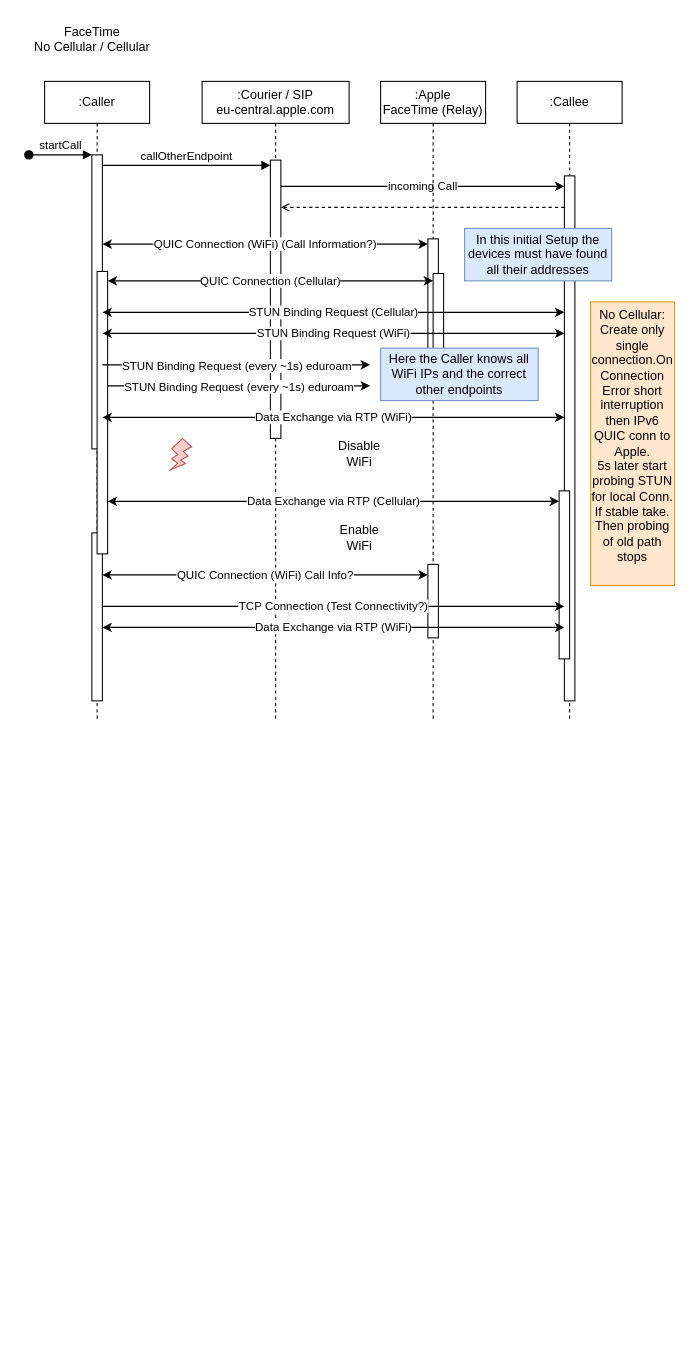
Above: resources/FaceTimeOverview.drawio in JustusvonderBeek/master-thesis-scripts-and-measures (draw.io), before the change. Source tidied: cells renumbered, new cells numbered last; positions are measured from the earlier drawing's top-left corner, leaving out a move shared by most shapes. Both pictures are drawn from the tidied source at 105%, with x=0, y=0 at pixel (23, 18).
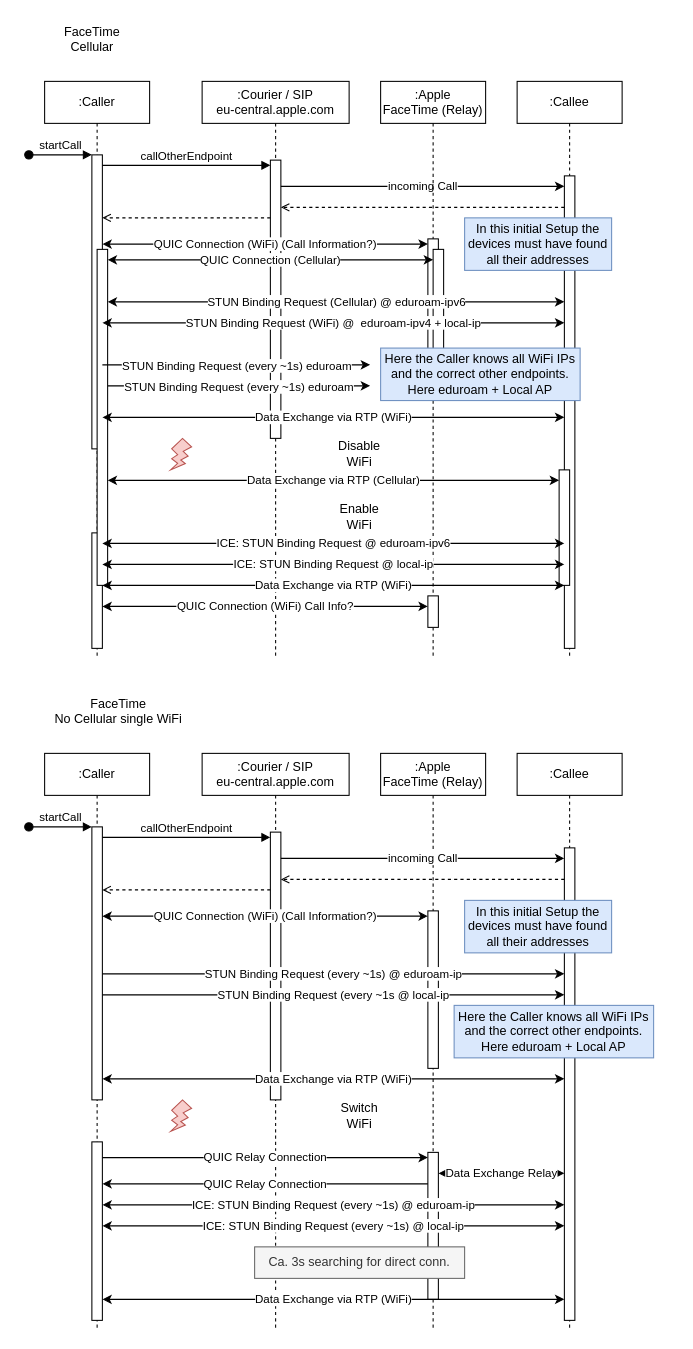
The same page after the edit.

The change refers to these unchanged cells:
```xml
<mxCell id="3" style="html=1;points=[];perimeter=orthogonalPerimeter;outlineConnect=0;targetShapes=umlLifeline;portConstraint=eastwest;newEdgeStyle={&quot;edgeStyle&quot;:&quot;elbowEdgeStyle&quot;,&quot;elbow&quot;:&quot;vertical&quot;,&quot;curved&quot;:0,&quot;rounded&quot;:0};" parent="2" vertex="1">
  <mxGeometry x="65" y="75" width="10" height="265" as="geometry" />
</mxCell>
<mxCell id="5" style="html=1;points=[];perimeter=orthogonalPerimeter;outlineConnect=0;targetShapes=umlLifeline;portConstraint=eastwest;newEdgeStyle={&quot;edgeStyle&quot;:&quot;elbowEdgeStyle&quot;,&quot;elbow&quot;:&quot;vertical&quot;,&quot;curved&quot;:0,&quot;rounded&quot;:0};" parent="4" vertex="1">
  <mxGeometry x="45" y="70" width="10" height="280" as="geometry" />
</mxCell>
```

Change to the diagram source:
```diff
@@
+    <mxCell id="37" value=":Apple&lt;br&gt;FaceTime (Relay)" style="shape=umlLifeline;perimeter=lifelinePerimeter;whiteSpace=wrap;html=1;newEdgeStyle={&quot;curved&quot;:0,&quot;rounded&quot;:0};" parent="1" vertex="1">
+      <mxGeometry x="340" y="700" width="100" height="550" as="geometry" />
+    </mxCell>
+    <mxCell id="38" style="html=1;points=[[0,0,0,0,5],[0,1,0,0,-5],[1,0,0,0,5],[1,1,0,0,-5]];perimeter=orthogonalPerimeter;outlineConnect=0;targetShapes=umlLifeline;portConstraint=eastwest;newEdgeStyle={&quot;curved&quot;:0,&quot;rounded&quot;:0};" parent="37" vertex="1">
+      <mxGeometry x="45" y="150" width="10" height="150" as="geometry" />
+    </mxCell>
+    <mxCell id="39" style="html=1;points=[[0,0,0,0,5],[0,1,0,0,-5],[1,0,0,0,5],[1,1,0,0,-5]];perimeter=orthogonalPerimeter;outlineConnect=0;targetShapes=umlLifeline;portConstraint=eastwest;newEdgeStyle={&quot;curved&quot;:0,&quot;rounded&quot;:0};" parent="37" vertex="1">
+      <mxGeometry x="45" y="380" width="10" height="140" as="geometry" />
+    </mxCell>
     <mxCell id="2" value=":Courier / SIP&lt;br&gt;eu-central.apple.com" style="shape=umlLifeline;perimeter=lifelinePerimeter;whiteSpace=wrap;html=1;newEdgeStyle={&quot;curved&quot;:0,&quot;rounded&quot;:0};" parent="1" vertex="1">
-      <mxGeometry x="170" y="60" width="140" height="610" as="geometry" />
+      <mxGeometry x="170" y="60" width="140" height="550" as="geometry" />
     </mxCell>
@@
     <mxCell id="4" value=":Caller" style="shape=umlLifeline;perimeter=lifelinePerimeter;whiteSpace=wrap;html=1;newEdgeStyle={&quot;edgeStyle&quot;:&quot;elbowEdgeStyle&quot;,&quot;elbow&quot;:&quot;vertical&quot;,&quot;curved&quot;:0,&quot;rounded&quot;:0};" parent="1" vertex="1">
-      <mxGeometry x="20" y="60" width="100" height="610" as="geometry" />
+      <mxGeometry x="20" y="60" width="100" height="550" as="geometry" />
     </mxCell>
@@
     <mxCell id="7" style="html=1;points=[[0,0,0,0,5],[0,1,0,0,-5],[1,0,0,0,5],[1,1,0,0,-5]];perimeter=orthogonalPerimeter;outlineConnect=0;targetShapes=umlLifeline;portConstraint=eastwest;newEdgeStyle={&quot;curved&quot;:0,&quot;rounded&quot;:0};" parent="4" vertex="1">
-      <mxGeometry x="45" y="430" width="10" height="160" as="geometry" />
+      <mxGeometry x="45" y="430" width="10" height="110" as="geometry" />
     </mxCell>
@@
     <mxCell id="9" style="html=1;points=[[0,0,0,0,5],[0,1,0,0,-5],[1,0,0,0,5],[1,1,0,0,-5]];perimeter=orthogonalPerimeter;outlineConnect=0;targetShapes=umlLifeline;portConstraint=eastwest;newEdgeStyle={&quot;curved&quot;:0,&quot;rounded&quot;:0};" parent="4" vertex="1">
-      <mxGeometry x="50" y="181" width="10" height="269" as="geometry" />
+      <mxGeometry x="50" y="160" width="10" height="320" as="geometry" />
     </mxCell>
@@
     <mxCell id="11" value=":Callee" style="shape=umlLifeline;perimeter=lifelinePerimeter;whiteSpace=wrap;html=1;newEdgeStyle={&quot;edgeStyle&quot;:&quot;elbowEdgeStyle&quot;,&quot;elbow&quot;:&quot;vertical&quot;,&quot;curved&quot;:0,&quot;rounded&quot;:0};" parent="1" vertex="1">
-      <mxGeometry x="470" y="60" width="100" height="610" as="geometry" />
+      <mxGeometry x="470" y="60" width="100" height="550" as="geometry" />
     </mxCell>
     <mxCell id="12" style="html=1;points=[[0,0,0,0,5],[0,1,0,0,-5],[1,0,0,0,5],[1,1,0,0,-5]];perimeter=orthogonalPerimeter;outlineConnect=0;targetShapes=umlLifeline;portConstraint=eastwest;newEdgeStyle={&quot;curved&quot;:0,&quot;rounded&quot;:0};" parent="11" vertex="1">
-      <mxGeometry x="45" y="90" width="10" height="500" as="geometry" />
+      <mxGeometry x="45" y="90" width="10" height="450" as="geometry" />
     </mxCell>
     <mxCell id="13" style="html=1;perimeter=orthogonalPerimeter;targetShapes=umlLifeline;newEdgeStyle={&quot;curved&quot;:0,&quot;rounded&quot;:0};" parent="11" vertex="1">
-      <mxGeometry x="40" y="390" width="10" height="160" as="geometry" />
+      <mxGeometry x="40" y="370" width="10" height="110" as="geometry" />
     </mxCell>
@@
-    <mxCell id="15" value="FaceTime&lt;br&gt;No Cellular / Cellular" style="text;html=1;align=center;verticalAlign=middle;strokeColor=none;fillColor=none;" parent="1" vertex="1">
-      <mxGeometry width="130" height="40" as="geometry" />
+    <mxCell id="15" value="FaceTime&lt;br&gt;Cellular" style="text;html=1;align=center;verticalAlign=middle;strokeColor=none;fillColor=none;" parent="1" vertex="1">
+      <mxGeometry x="25" width="80" height="40" as="geometry" />
     </mxCell>
@@
     <mxCell id="18" value=":Apple&lt;br&gt;FaceTime (Relay)" style="shape=umlLifeline;perimeter=lifelinePerimeter;whiteSpace=wrap;html=1;newEdgeStyle={&quot;curved&quot;:0,&quot;rounded&quot;:0};" parent="1" vertex="1">
-      <mxGeometry x="340" y="60" width="100" height="610" as="geometry" />
+      <mxGeometry x="340" y="60" width="100" height="550" as="geometry" />
     </mxCell>
@@
     <mxCell id="20" style="html=1;points=[[0,0,0,0,5],[0,1,0,0,-5],[1,0,0,0,5],[1,1,0,0,-5]];perimeter=orthogonalPerimeter;outlineConnect=0;targetShapes=umlLifeline;portConstraint=eastwest;newEdgeStyle={&quot;curved&quot;:0,&quot;rounded&quot;:0};" parent="18" vertex="1">
-      <mxGeometry x="50" y="183" width="10" height="107" as="geometry" />
+      <mxGeometry x="50" y="160" width="10" height="130" as="geometry" />
     </mxCell>
     <mxCell id="21" style="html=1;points=[[0,0,0,0,5],[0,1,0,0,-5],[1,0,0,0,5],[1,1,0,0,-5]];perimeter=orthogonalPerimeter;outlineConnect=0;targetShapes=umlLifeline;portConstraint=eastwest;newEdgeStyle={&quot;curved&quot;:0,&quot;rounded&quot;:0};" parent="18" vertex="1">
-      <mxGeometry x="45" y="460" width="10" height="70" as="geometry" />
+      <mxGeometry x="45" y="490" width="10" height="30" as="geometry" />
     </mxCell>
@@
     <mxCell id="23" value="QUIC Connection (Cellular)" style="edgeStyle=orthogonalEdgeStyle;rounded=0;jettySize=auto;html=1;curved=0;startArrow=classic;startFill=1;" parent="1" edge="1" target="20">
       <mxGeometry relative="1" as="geometry">
-        <mxPoint x="80" y="250" as="sourcePoint" />
+        <mxPoint x="80" y="230" as="sourcePoint" />
         <Array as="points">
-          <mxPoint x="80" y="250" />
+          <mxPoint x="80" y="230" />
         </Array>
       </mxGeometry>
     </mxCell>
-    <mxCell id="24" value="STUN Binding Request (Cellular)" style="edgeStyle=elbowEdgeStyle;rounded=0;jettySize=auto;html=1;elbow=vertical;curved=0;startArrow=classic;startFill=1;" parent="1" edge="1" source="5" target="12">
+    <mxCell id="24" value="STUN Binding Request (Cellular) @ eduroam-ipv6" style="edgeStyle=elbowEdgeStyle;rounded=0;jettySize=auto;html=1;elbow=vertical;curved=0;startArrow=classic;startFill=1;" parent="1" edge="1" target="12">
       <mxGeometry relative="1" as="geometry">
+        <mxPoint x="80" y="270" as="sourcePoint" />
         <Array as="points">
-          <mxPoint x="300" y="280" />
+          <mxPoint x="300" y="270" />
         </Array>
       </mxGeometry>
     </mxCell>
-    <mxCell id="25" value="STUN Binding Request (WiFi)" style="edgeStyle=elbowEdgeStyle;rounded=0;jettySize=auto;html=1;elbow=vertical;curved=0;startArrow=classic;startFill=1;" parent="1" edge="1" source="5" target="12">
+    <mxCell id="25" value="STUN Binding Request (WiFi) @&amp;nbsp; eduroam-ipv4 + local-ip" style="edgeStyle=elbowEdgeStyle;rounded=0;jettySize=auto;html=1;elbow=vertical;curved=0;startArrow=classic;startFill=1;" parent="1" edge="1" source="5" target="12">
       <mxGeometry relative="1" as="geometry">
         <Array as="points">
-          <mxPoint x="300" y="300" />
+          <mxPoint x="300" y="290" />
         </Array>
       </mxGeometry>
     </mxCell>
@@
     <mxCell id="29" value="Data Exchange via RTP (Cellular)" style="edgeStyle=elbowEdgeStyle;rounded=0;jettySize=auto;html=1;elbow=vertical;curved=0;startArrow=classic;startFill=1;" parent="1" edge="1" source="9">
       <mxGeometry relative="1" as="geometry">
-        <mxPoint x="510" y="460" as="targetPoint" />
+        <mxPoint x="510" y="440" as="targetPoint" />
         <Array as="points">
-          <mxPoint x="340" y="460" />
+          <mxPoint x="320" y="440" />
         </Array>
       </mxGeometry>
     </mxCell>
     <mxCell id="30" value="Data Exchange via RTP (WiFi)" style="edgeStyle=elbowEdgeStyle;rounded=0;jettySize=auto;html=1;elbow=vertical;curved=0;startArrow=classic;startFill=1;" parent="1" edge="1" source="7" target="12">
       <mxGeometry relative="1" as="geometry">
         <Array as="points">
-          <mxPoint x="330" y="580" />
+          <mxPoint x="310" y="540" />
         </Array>
       </mxGeometry>
     </mxCell>
     <mxCell id="31" value="Enable WiFi" style="text;html=1;align=center;verticalAlign=middle;whiteSpace=wrap;rounded=0;" parent="1" vertex="1">
-      <mxGeometry x="290" y="480" width="60" height="30" as="geometry" />
+      <mxGeometry x="290" y="460" width="60" height="30" as="geometry" />
     </mxCell>
     <mxCell id="32" value="QUIC Connection (WiFi) Call Info?" style="edgeStyle=orthogonalEdgeStyle;rounded=0;jettySize=auto;html=1;curved=0;startArrow=classic;startFill=1;" parent="1" edge="1" source="7" target="21">
       <mxGeometry relative="1" as="geometry">
         <Array as="points">
-          <mxPoint x="230" y="530" />
-          <mxPoint x="230" y="530" />
+          <mxPoint x="230" y="560" />
+          <mxPoint x="230" y="560" />
         </Array>
       </mxGeometry>
     </mxCell>
-    <mxCell id="33" value="TCP Connection (Test Connectivity?)" style="edgeStyle=orthogonalEdgeStyle;rounded=0;jettySize=auto;html=1;curved=0;" parent="1" edge="1" source="7" target="12">
-      <mxGeometry relative="1" as="geometry">
-        <Array as="points">
-          <mxPoint x="300" y="560" />
-          <mxPoint x="300" y="560" />
-        </Array>
-      </mxGeometry>
-    </mxCell>
     <mxCell id="34" value="In this initial Setup the devices must have found all their addresses" style="text;html=1;align=center;verticalAlign=middle;whiteSpace=wrap;rounded=0;fillColor=#dae8fc;strokeColor=#6c8ebf;" parent="1" vertex="1">
-      <mxGeometry x="420" y="200" width="140" height="50" as="geometry" />
+      <mxGeometry x="420" y="190" width="140" height="50" as="geometry" />
     </mxCell>
-    <mxCell id="35" value="Here the Caller knows all WiFi IPs and the correct other endpoints" style="text;html=1;align=center;verticalAlign=middle;whiteSpace=wrap;rounded=0;fillColor=#dae8fc;strokeColor=#6c8ebf;" parent="1" vertex="1">
-      <mxGeometry x="340" y="314" width="150" height="50" as="geometry" />
+    <mxCell id="35" value="Here the Caller knows all WiFi IPs and the correct other endpoints. Here eduroam + Local AP" style="text;html=1;align=center;verticalAlign=middle;whiteSpace=wrap;rounded=0;fillColor=#dae8fc;strokeColor=#6c8ebf;" parent="1" vertex="1">
+      <mxGeometry x="340" y="314" width="190" height="50" as="geometry" />
     </mxCell>
-    <mxCell id="36" value="No Cellular: Create only single connection.On Connection Error short interruption then IPv6 QUIC conn to Apple.&lt;br&gt;5s later start probing STUN for local Conn. If stable take. Then probing of old path stops&lt;br&gt;&lt;div&gt;&lt;br&gt;&lt;/div&gt;" style="text;html=1;align=center;verticalAlign=middle;whiteSpace=wrap;rounded=0;fillColor=#ffe6cc;strokeColor=#d79b00;" parent="1" vertex="1">
-      <mxGeometry x="540" y="270" width="80" height="270" as="geometry" />
-    </mxCell>
+    <mxCell id="40" value="FaceTime&lt;br&gt;No Cellular single WiFi" style="text;html=1;align=center;verticalAlign=middle;strokeColor=none;fillColor=none;" parent="1" vertex="1">
+      <mxGeometry x="20" y="640" width="140" height="40" as="geometry" />
+    </mxCell>
+    <mxCell id="41" value=":Courier / SIP&lt;br&gt;eu-central.apple.com" style="shape=umlLifeline;perimeter=lifelinePerimeter;whiteSpace=wrap;html=1;newEdgeStyle={&quot;curved&quot;:0,&quot;rounded&quot;:0};" parent="1" vertex="1">
+      <mxGeometry x="170" y="700" width="140" height="550" as="geometry" />
+    </mxCell>
+    <mxCell id="42" style="html=1;points=[];perimeter=orthogonalPerimeter;outlineConnect=0;targetShapes=umlLifeline;portConstraint=eastwest;newEdgeStyle={&quot;edgeStyle&quot;:&quot;elbowEdgeStyle&quot;,&quot;elbow&quot;:&quot;vertical&quot;,&quot;curved&quot;:0,&quot;rounded&quot;:0};" parent="41" vertex="1">
+      <mxGeometry x="65" y="75" width="10" height="255" as="geometry" />
+    </mxCell>
+    <mxCell id="43" value=":Caller" style="shape=umlLifeline;perimeter=lifelinePerimeter;whiteSpace=wrap;html=1;newEdgeStyle={&quot;edgeStyle&quot;:&quot;elbowEdgeStyle&quot;,&quot;elbow&quot;:&quot;vertical&quot;,&quot;curved&quot;:0,&quot;rounded&quot;:0};" parent="1" vertex="1">
+      <mxGeometry x="20" y="700" width="100" height="550" as="geometry" />
+    </mxCell>
+    <mxCell id="44" style="html=1;points=[];perimeter=orthogonalPerimeter;outlineConnect=0;targetShapes=umlLifeline;portConstraint=eastwest;newEdgeStyle={&quot;edgeStyle&quot;:&quot;elbowEdgeStyle&quot;,&quot;elbow&quot;:&quot;vertical&quot;,&quot;curved&quot;:0,&quot;rounded&quot;:0};" parent="43" vertex="1">
+      <mxGeometry x="45" y="70" width="10" height="260" as="geometry" />
+    </mxCell>
+    <mxCell id="45" value="startCall" style="html=1;verticalAlign=bottom;startArrow=oval;endArrow=block;startSize=8;edgeStyle=elbowEdgeStyle;elbow=vertical;curved=0;rounded=0;" parent="43" edge="1" target="44">
+      <mxGeometry relative="1" as="geometry">
+        <mxPoint x="-15" y="70" as="sourcePoint" />
+      </mxGeometry>
+    </mxCell>
+    <mxCell id="46" style="html=1;points=[[0,0,0,0,5],[0,1,0,0,-5],[1,0,0,0,5],[1,1,0,0,-5]];perimeter=orthogonalPerimeter;outlineConnect=0;targetShapes=umlLifeline;portConstraint=eastwest;newEdgeStyle={&quot;curved&quot;:0,&quot;rounded&quot;:0};" parent="43" vertex="1">
+      <mxGeometry x="45" y="370" width="10" height="170" as="geometry" />
+    </mxCell>
+    <mxCell id="47" value=":Callee" style="shape=umlLifeline;perimeter=lifelinePerimeter;whiteSpace=wrap;html=1;newEdgeStyle={&quot;edgeStyle&quot;:&quot;elbowEdgeStyle&quot;,&quot;elbow&quot;:&quot;vertical&quot;,&quot;curved&quot;:0,&quot;rounded&quot;:0};" parent="1" vertex="1">
+      <mxGeometry x="470" y="700" width="100" height="550" as="geometry" />
+    </mxCell>
+    <mxCell id="48" style="html=1;points=[[0,0,0,0,5],[0,1,0,0,-5],[1,0,0,0,5],[1,1,0,0,-5]];perimeter=orthogonalPerimeter;outlineConnect=0;targetShapes=umlLifeline;portConstraint=eastwest;newEdgeStyle={&quot;curved&quot;:0,&quot;rounded&quot;:0};" parent="47" vertex="1">
+      <mxGeometry x="45" y="90" width="10" height="450" as="geometry" />
+    </mxCell>
+    <mxCell id="49" value="callOtherEndpoint" style="html=1;verticalAlign=bottom;endArrow=block;edgeStyle=elbowEdgeStyle;elbow=vertical;curved=0;rounded=0;" parent="1" edge="1" source="44" target="42">
+      <mxGeometry relative="1" as="geometry">
+        <Array as="points">
+          <mxPoint x="160" y="780" />
+        </Array>
+      </mxGeometry>
+    </mxCell>
+    <mxCell id="50" value="incoming Call" style="edgeStyle=elbowEdgeStyle;rounded=0;jettySize=auto;html=1;elbow=vertical;curved=0;" parent="1" edge="1" source="42" target="48">
+      <mxGeometry relative="1" as="geometry">
+        <Array as="points">
+          <mxPoint x="340" y="800" />
+        </Array>
+      </mxGeometry>
+    </mxCell>
+    <mxCell id="51" style="edgeStyle=orthogonalEdgeStyle;rounded=0;jettySize=auto;html=1;curved=0;dashed=1;endArrow=open;endFill=0;" parent="1" edge="1" source="48" target="42">
+      <mxGeometry relative="1" as="geometry">
+        <Array as="points">
+          <mxPoint x="340" y="820" />
+          <mxPoint x="340" y="820" />
+        </Array>
+      </mxGeometry>
+    </mxCell>
+    <mxCell id="52" value="QUIC Connection (WiFi) (Call Information?)" style="edgeStyle=elbowEdgeStyle;rounded=0;jettySize=auto;html=1;elbow=vertical;curved=0;entryX=0;entryY=0;entryDx=0;entryDy=5;entryPerimeter=0;startArrow=classic;startFill=1;" parent="1" edge="1" source="44" target="38">
+      <mxGeometry relative="1" as="geometry" />
+    </mxCell>
+    <mxCell id="53" value="STUN Binding Request (every ~1s @ local-ip" style="edgeStyle=elbowEdgeStyle;rounded=0;jettySize=auto;html=1;elbow=vertical;curved=0;startArrow=none;startFill=0;" parent="1" edge="1" source="44" target="48">
+      <mxGeometry relative="1" as="geometry">
+        <Array as="points">
+          <mxPoint x="300" y="930" />
+        </Array>
+      </mxGeometry>
+    </mxCell>
+    <mxCell id="54" value="Data Exchange via RTP (WiFi)" style="edgeStyle=elbowEdgeStyle;rounded=0;jettySize=auto;html=1;elbow=vertical;curved=0;startArrow=classic;startFill=1;" parent="1" edge="1" source="44" target="48">
+      <mxGeometry relative="1" as="geometry">
+        <Array as="points">
+          <mxPoint x="300" y="1010" />
+        </Array>
+      </mxGeometry>
+    </mxCell>
+    <mxCell id="55" style="verticalLabelPosition=bottom;verticalAlign=top;html=1;shape=mxgraph.basic.flash;fillColor=#f8cecc;strokeColor=#b85450;" parent="1" vertex="1">
+      <mxGeometry x="140" y="1030" width="20" height="30" as="geometry" />
+    </mxCell>
+    <mxCell id="56" value="Switch&lt;br&gt;WiFi" style="text;html=1;align=center;verticalAlign=middle;whiteSpace=wrap;rounded=0;" parent="1" vertex="1">
+      <mxGeometry x="290" y="1030" width="60" height="30" as="geometry" />
+    </mxCell>
+    <mxCell id="57" value="Data Exchange via RTP (WiFi)" style="edgeStyle=elbowEdgeStyle;rounded=0;jettySize=auto;html=1;elbow=vertical;curved=0;startArrow=classic;startFill=1;" parent="1" edge="1" source="46" target="48">
+      <mxGeometry relative="1" as="geometry">
+        <Array as="points">
+          <mxPoint x="310" y="1220" />
+        </Array>
+      </mxGeometry>
+    </mxCell>
+    <mxCell id="58" value="In this initial Setup the devices must have found all their addresses" style="text;html=1;align=center;verticalAlign=middle;whiteSpace=wrap;rounded=0;fillColor=#dae8fc;strokeColor=#6c8ebf;" parent="1" vertex="1">
+      <mxGeometry x="420" y="840" width="140" height="50" as="geometry" />
+    </mxCell>
+    <mxCell id="59" value="Here the Caller knows all WiFi IPs and the correct other endpoints. Here eduroam + Local AP" style="text;html=1;align=center;verticalAlign=middle;whiteSpace=wrap;rounded=0;fillColor=#dae8fc;strokeColor=#6c8ebf;" parent="1" vertex="1">
+      <mxGeometry x="410" y="940" width="190" height="50" as="geometry" />
+    </mxCell>
+    <mxCell id="60" style="edgeStyle=elbowEdgeStyle;rounded=0;jettySize=auto;html=1;elbow=vertical;curved=0;dashed=1;endArrow=open;endFill=0;" parent="1" edge="1" source="42" target="44">
+      <mxGeometry relative="1" as="geometry">
+        <Array as="points">
+          <mxPoint x="160" y="830" />
+        </Array>
+      </mxGeometry>
+    </mxCell>
+    <mxCell id="61" style="edgeStyle=elbowEdgeStyle;rounded=0;jettySize=auto;html=1;elbow=vertical;curved=0;dashed=1;endArrow=open;endFill=0;" parent="1" edge="1" source="3" target="5">
+      <mxGeometry relative="1" as="geometry">
+        <Array as="points">
+          <mxPoint x="160" y="190" />
+        </Array>
+      </mxGeometry>
+    </mxCell>
+    <mxCell id="62" value="STUN Binding Request (every ~1s) @ eduroam-ip" style="edgeStyle=orthogonalEdgeStyle;rounded=0;jettySize=auto;html=1;curved=0;" parent="1" edge="1" source="44" target="48">
+      <mxGeometry relative="1" as="geometry">
+        <Array as="points">
+          <mxPoint x="450" y="910" />
+          <mxPoint x="450" y="910" />
+        </Array>
+      </mxGeometry>
+    </mxCell>
+    <mxCell id="63" value="QUIC Relay Connection" style="edgeStyle=orthogonalEdgeStyle;rounded=0;jettySize=auto;html=1;curved=0;entryX=0;entryY=0;entryDx=0;entryDy=5;entryPerimeter=0;" parent="1" edge="1" source="46" target="39">
+      <mxGeometry relative="1" as="geometry">
+        <Array as="points">
+          <mxPoint x="150" y="1085" />
+          <mxPoint x="150" y="1085" />
+        </Array>
+      </mxGeometry>
+    </mxCell>
+    <mxCell id="64" value="Data Exchange Relay" style="edgeStyle=orthogonalEdgeStyle;rounded=0;jettySize=auto;html=1;curved=0;startArrow=classic;startFill=1;" parent="1" edge="1" source="39" target="48">
+      <mxGeometry relative="1" as="geometry">
+        <Array as="points">
+          <mxPoint x="460" y="1100" />
+          <mxPoint x="460" y="1100" />
+        </Array>
+      </mxGeometry>
+    </mxCell>
+    <mxCell id="65" value="QUIC Relay Connection" style="edgeStyle=orthogonalEdgeStyle;rounded=0;jettySize=auto;html=1;curved=0;" parent="1" edge="1" source="39" target="46">
+      <mxGeometry relative="1" as="geometry">
+        <Array as="points">
+          <mxPoint x="240" y="1110" />
+          <mxPoint x="240" y="1110" />
+        </Array>
+      </mxGeometry>
+    </mxCell>
+    <mxCell id="66" value="ICE: STUN Binding Request (every ~1s) @ eduroam-ip" style="edgeStyle=orthogonalEdgeStyle;rounded=0;jettySize=auto;html=1;curved=0;startArrow=classic;startFill=1;" parent="1" edge="1" source="46" target="48">
+      <mxGeometry relative="1" as="geometry">
+        <Array as="points">
+          <mxPoint x="300" y="1130" />
+          <mxPoint x="300" y="1130" />
+        </Array>
+      </mxGeometry>
+    </mxCell>
+    <mxCell id="67" value="Ca. 3s searching for direct conn." style="text;html=1;align=center;verticalAlign=middle;whiteSpace=wrap;rounded=0;fillColor=#f5f5f5;strokeColor=#666666;fontColor=#333333;" parent="1" vertex="1">
+      <mxGeometry x="220" y="1170" width="200" height="30" as="geometry" />
+    </mxCell>
+    <mxCell id="68" value="ICE: STUN Binding Request (every ~1s) @ local-ip" style="edgeStyle=orthogonalEdgeStyle;rounded=0;jettySize=auto;html=1;curved=0;startArrow=classic;startFill=1;" parent="1" edge="1" source="46" target="48">
+      <mxGeometry relative="1" as="geometry">
+        <Array as="points">
+          <mxPoint x="300" y="1150" />
+          <mxPoint x="300" y="1150" />
+        </Array>
+      </mxGeometry>
+    </mxCell>
+    <mxCell id="69" value="ICE: STUN Binding Request @ eduroam-ipv6" style="edgeStyle=orthogonalEdgeStyle;rounded=0;jettySize=auto;html=1;curved=0;startArrow=classic;startFill=1;" parent="1" edge="1" source="7" target="12">
+      <mxGeometry relative="1" as="geometry">
+        <Array as="points">
+          <mxPoint x="190" y="500" />
+          <mxPoint x="190" y="500" />
+        </Array>
+      </mxGeometry>
+    </mxCell>
+    <mxCell id="70" value="ICE: STUN Binding Request @ local-ip" style="edgeStyle=orthogonalEdgeStyle;rounded=0;jettySize=auto;html=1;curved=0;startArrow=classic;startFill=1;" parent="1" edge="1" source="7" target="12">
+      <mxGeometry relative="1" as="geometry">
+        <Array as="points">
+          <mxPoint x="300" y="520" />
+          <mxPoint x="300" y="520" />
+        </Array>
+      </mxGeometry>
+    </mxCell>
```
